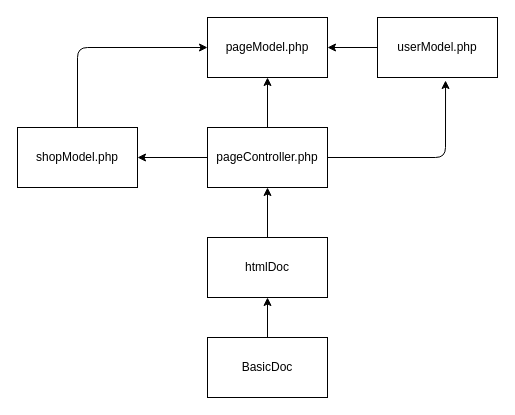
Earlier version of the draw.io diagram Diagrams/mvc.drawio (OmerS7/educom-webshop-oop-1696940510). Source tidied: cells renumbered, new cells numbered last; positions are measured from the earlier drawing's top-left corner, leaving out a move shared by most shapes. Both pictures are drawn from the tidied source at 100%, with x=0, y=0 at pixel (17, 17).
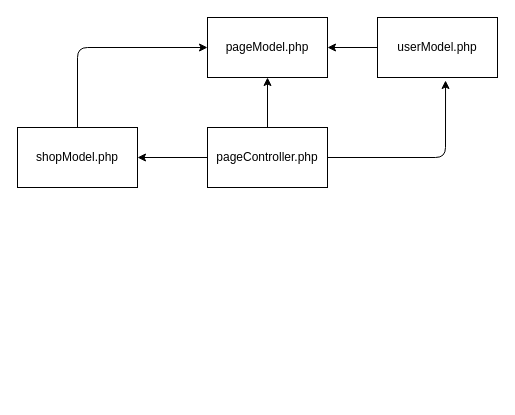
After the change.

The edit, as a diff of the source:
```diff
@@
 <mxGraphModel>
   <root>
     <mxCell id="0" />
     <mxCell id="1" parent="0" />
     <mxCell id="2" style="edgeStyle=none;html=1;entryX=0.5;entryY=1;entryDx=0;entryDy=0;" parent="1" edge="1" source="5" target="6">
       <mxGeometry relative="1" as="geometry" />
     </mxCell>
     <mxCell id="3" style="edgeStyle=none;html=1;entryX=1;entryY=0.5;entryDx=0;entryDy=0;" parent="1" edge="1" source="5" target="14">
       <mxGeometry relative="1" as="geometry" />
     </mxCell>
     <mxCell id="4" style="edgeStyle=none;html=1;entryX=0.567;entryY=1.05;entryDx=0;entryDy=0;entryPerimeter=0;" parent="1" edge="1" source="5" target="12">
       <mxGeometry relative="1" as="geometry">
         <Array as="points">
           <mxPoint x="428" y="140" />
         </Array>
       </mxGeometry>
     </mxCell>
     <mxCell id="5" value="pageController.php" style="rounded=0;whiteSpace=wrap;html=1;" parent="1" vertex="1">
       <mxGeometry x="190" y="110" width="120" height="60" as="geometry" />
     </mxCell>
     <mxCell id="6" value="pageModel.php" style="rounded=0;whiteSpace=wrap;html=1;" parent="1" vertex="1">
       <mxGeometry x="190" width="120" height="60" as="geometry" />
     </mxCell>
-    <mxCell id="7" style="edgeStyle=none;html=1;entryX=0.5;entryY=1;entryDx=0;entryDy=0;" parent="1" edge="1" source="8" target="5">
-      <mxGeometry relative="1" as="geometry" />
-    </mxCell>
-    <mxCell id="8" value="htmlDoc" style="rounded=0;whiteSpace=wrap;html=1;" parent="1" vertex="1">
-      <mxGeometry x="190" y="220" width="120" height="60" as="geometry" />
-    </mxCell>
-    <mxCell id="9" style="edgeStyle=none;html=1;" parent="1" edge="1" source="10" target="8">
-      <mxGeometry relative="1" as="geometry" />
-    </mxCell>
-    <mxCell id="10" value="BasicDoc" style="rounded=0;whiteSpace=wrap;html=1;" parent="1" vertex="1">
-      <mxGeometry x="190" y="320" width="120" height="60" as="geometry" />
-    </mxCell>
     <mxCell id="11" style="edgeStyle=none;html=1;" parent="1" edge="1" source="12" target="6">
       <mxGeometry relative="1" as="geometry" />
     </mxCell>
     <mxCell id="12" value="userModel.php" style="rounded=0;whiteSpace=wrap;html=1;" parent="1" vertex="1">
       <mxGeometry x="360" width="120" height="60" as="geometry" />
     </mxCell>
     <mxCell id="13" style="edgeStyle=none;html=1;entryX=0;entryY=0.5;entryDx=0;entryDy=0;" parent="1" edge="1" source="14" target="6">
       <mxGeometry relative="1" as="geometry">
         <Array as="points">
           <mxPoint x="60" y="30" />
         </Array>
       </mxGeometry>
     </mxCell>
     <mxCell id="14" value="shopModel.php" style="rounded=0;whiteSpace=wrap;html=1;" parent="1" vertex="1">
       <mxGeometry y="110" width="120" height="60" as="geometry" />
     </mxCell>
   </root>
 </mxGraphModel>
```
